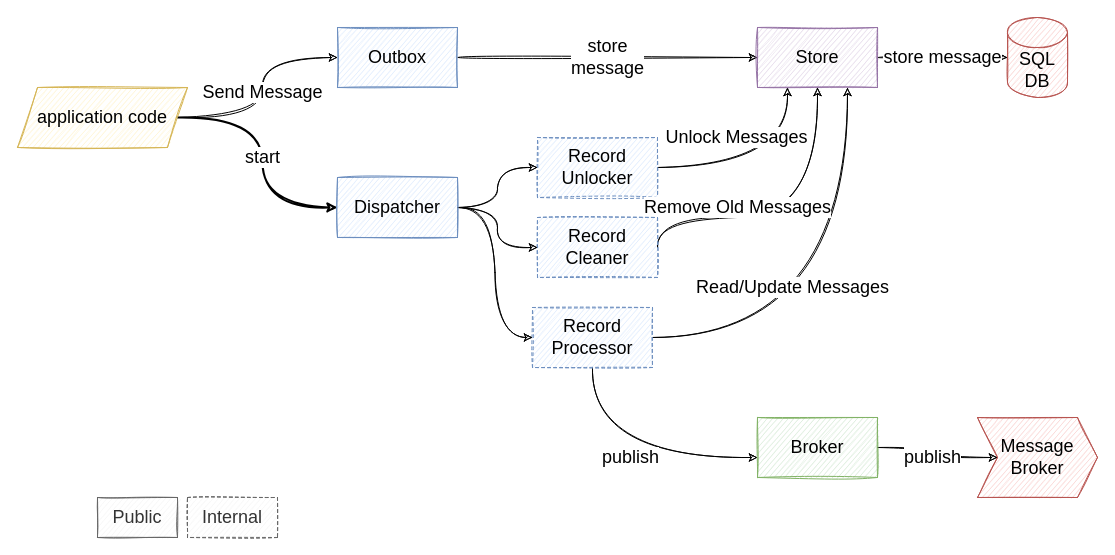
This is page "Core-Components" (1 of 2) of assets/diagrams/outbox-implementation.drawio from pkritiotis/pkritiotis.github.io, a draw.io file, before an edit. Source tidied: cells renumbered, new cells numbered last; positions are measured from the earlier drawing's top-left corner, leaving out a move shared by most shapes. Both pictures are drawn from the tidied source at 100%, with x=0, y=0 at pixel (17, 17).
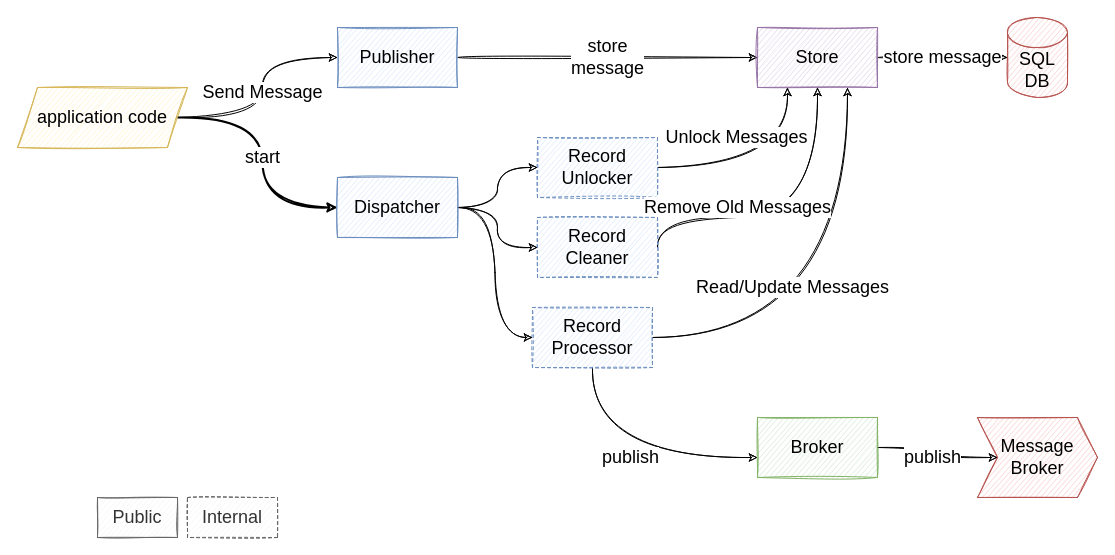
The same diagram, later.

Change to the diagram source:
```diff
@@
-    <mxCell id="3" value="Outbox" style="rounded=0;whiteSpace=wrap;html=1;sketch=1;fillColor=#dae8fc;strokeColor=#6c8ebf;fontFamily=Kalam;fontSize=18;" parent="1" vertex="1">
+    <mxCell id="3" value="Publisher" style="rounded=0;whiteSpace=wrap;html=1;sketch=1;fillColor=#dae8fc;strokeColor=#6c8ebf;fontFamily=Kalam;fontSize=18;" parent="1" vertex="1">
       <mxGeometry x="320" y="10" width="120" height="60" as="geometry" />
     </mxCell>
```
